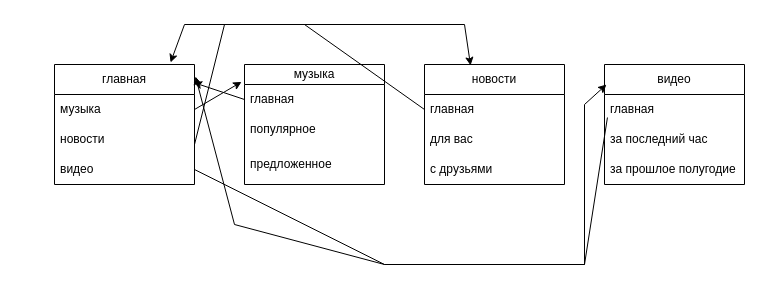
Above: схема.drawio in Danila7926/Algoritmkukushkin (draw.io), before the change. Source tidied: cells renumbered, new cells numbered last; positions are measured from the earlier drawing's top-left corner, leaving out a move shared by most shapes. Both pictures are drawn from the tidied source at 100%, with x=0, y=0 at pixel (54, 24).
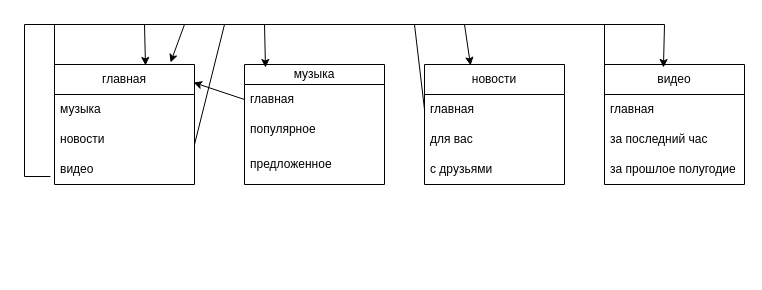
The same diagram, later.

Unchanged cells that the change refers to:
```xml
<mxCell id="2" value="главная" style="swimlane;fontStyle=0;horizontal=1;startSize=30;whiteSpace=wrap;html=1;" parent="1" vertex="1">
  <mxGeometry y="40" width="140" height="120" as="geometry" />
</mxCell>
<mxCell id="3" value="музыка" style="text;strokeColor=none;fillColor=none;align=left;verticalAlign=middle;spacingLeft=4;spacingRight=4;overflow=hidden;points=[[0,0.5],[1,0.5]];portConstraint=eastwest;whiteSpace=wrap;html=1;" parent="2" vertex="1">
  <mxGeometry y="30" width="140" height="30" as="geometry" />
</mxCell>
<mxCell id="5" value="видео" style="text;strokeColor=none;fillColor=none;align=left;verticalAlign=middle;spacingLeft=4;spacingRight=4;overflow=hidden;points=[[0,0.5],[1,0.5]];portConstraint=eastwest;whiteSpace=wrap;html=1;" parent="2" vertex="1">
  <mxGeometry y="90" width="140" height="30" as="geometry" />
</mxCell>
<mxCell id="6" value="музыка" style="swimlane;fontStyle=0;horizontal=1;startSize=20;whiteSpace=wrap;html=1;" parent="1" vertex="1">
  <mxGeometry x="190" y="40" width="140" height="120" as="geometry" />
</mxCell>
<mxCell id="11" value="главная" style="text;strokeColor=none;fillColor=none;align=left;verticalAlign=middle;spacingLeft=4;spacingRight=4;overflow=hidden;points=[[0,0.5],[1,0.5]];portConstraint=eastwest;whiteSpace=wrap;html=1;" parent="10" vertex="1">
  <mxGeometry y="30" width="140" height="30" as="geometry" />
</mxCell>
<mxCell id="14" value="видео" style="swimlane;fontStyle=0;horizontal=1;startSize=30;whiteSpace=wrap;html=1;" parent="1" vertex="1">
  <mxGeometry x="550" y="40" width="140" height="120" as="geometry" />
</mxCell>
<mxCell id="15" value="главная" style="text;strokeColor=none;fillColor=none;align=left;verticalAlign=middle;spacingLeft=4;spacingRight=4;overflow=hidden;points=[[0,0.5],[1,0.5]];portConstraint=eastwest;whiteSpace=wrap;html=1;" parent="14" vertex="1">
  <mxGeometry y="30" width="140" height="30" as="geometry" />
</mxCell>
```

The edit, as a diff of the source:
```diff
@@
-    <mxCell id="18" style="endArrow=classic;html=1;rounded=0;exitX=1;exitY=0.5;exitDx=0;exitDy=0;entryX=-0.021;entryY=0.145;entryDx=0;entryDy=0;entryPerimeter=0;" parent="1" edge="1" source="3" target="6">
-      <mxGeometry relative="1" as="geometry" />
-    </mxCell>
@@
     <mxCell id="21" style="endArrow=classic;html=1;rounded=0;exitX=0;exitY=0.5;exitDx=0;exitDy=0;entryX=0.829;entryY=-0.017;entryDx=0;entryDy=0;entryPerimeter=0;" parent="1" edge="1" source="11" target="2">
       <mxGeometry relative="1" as="geometry">
         <Array as="points">
+          <mxPoint x="360" />
           <mxPoint x="250" />
           <mxPoint x="130" />
         </Array>
       </mxGeometry>
     </mxCell>
+    <mxCell id="18" style="endArrow=classic;html=1;rounded=0;exitX=0;exitY=0.5;exitDx=0;exitDy=0;entryX=0.15;entryY=0.025;entryDx=0;entryDy=0;entryPerimeter=0;" parent="1" edge="1" source="3" target="6">
+      <mxGeometry relative="1" as="geometry">
+        <Array as="points">
+          <mxPoint />
+          <mxPoint x="210" />
+        </Array>
+      </mxGeometry>
+    </mxCell>
-    <mxCell id="22" style="endArrow=classic;html=1;rounded=0;exitX=1;exitY=0.5;exitDx=0;exitDy=0;entryX=0.014;entryY=0.167;entryDx=0;entryDy=0;entryPerimeter=0;" parent="1" edge="1" source="5" target="14">
+    <mxCell id="22" style="endArrow=classic;html=1;rounded=0;exitX=-0.029;exitY=0.733;exitDx=0;exitDy=0;exitPerimeter=0;entryX=0.421;entryY=0.025;entryDx=0;entryDy=0;entryPerimeter=0;" parent="1" edge="1" source="5" target="14">
       <mxGeometry relative="1" as="geometry">
         <Array as="points">
-          <mxPoint x="330" y="240" />
-          <mxPoint x="530" y="240" />
-          <mxPoint x="530" y="80" />
+          <mxPoint x="-30" y="152" />
+          <mxPoint x="-30" />
+          <mxPoint x="610" />
         </Array>
       </mxGeometry>
     </mxCell>
-    <mxCell id="23" style="endArrow=classic;html=1;rounded=0;exitX=0.021;exitY=0.767;exitDx=0;exitDy=0;exitPerimeter=0;entryX=1.007;entryY=0.1;entryDx=0;entryDy=0;entryPerimeter=0;" parent="1" edge="1" source="15" target="2">
+    <mxCell id="23" style="endArrow=classic;html=1;rounded=0;exitX=0;exitY=0.5;exitDx=0;exitDy=0;entryX=0.65;entryY=0.008;entryDx=0;entryDy=0;entryPerimeter=0;" parent="1" edge="1" source="15" target="2">
       <mxGeometry relative="1" as="geometry">
         <Array as="points">
-          <mxPoint x="530" y="240" />
-          <mxPoint x="370" y="240" />
-          <mxPoint x="330" y="240" />
-          <mxPoint x="180" y="200" />
+          <mxPoint x="550" />
+          <mxPoint x="90" />
         </Array>
       </mxGeometry>
     </mxCell>
```
